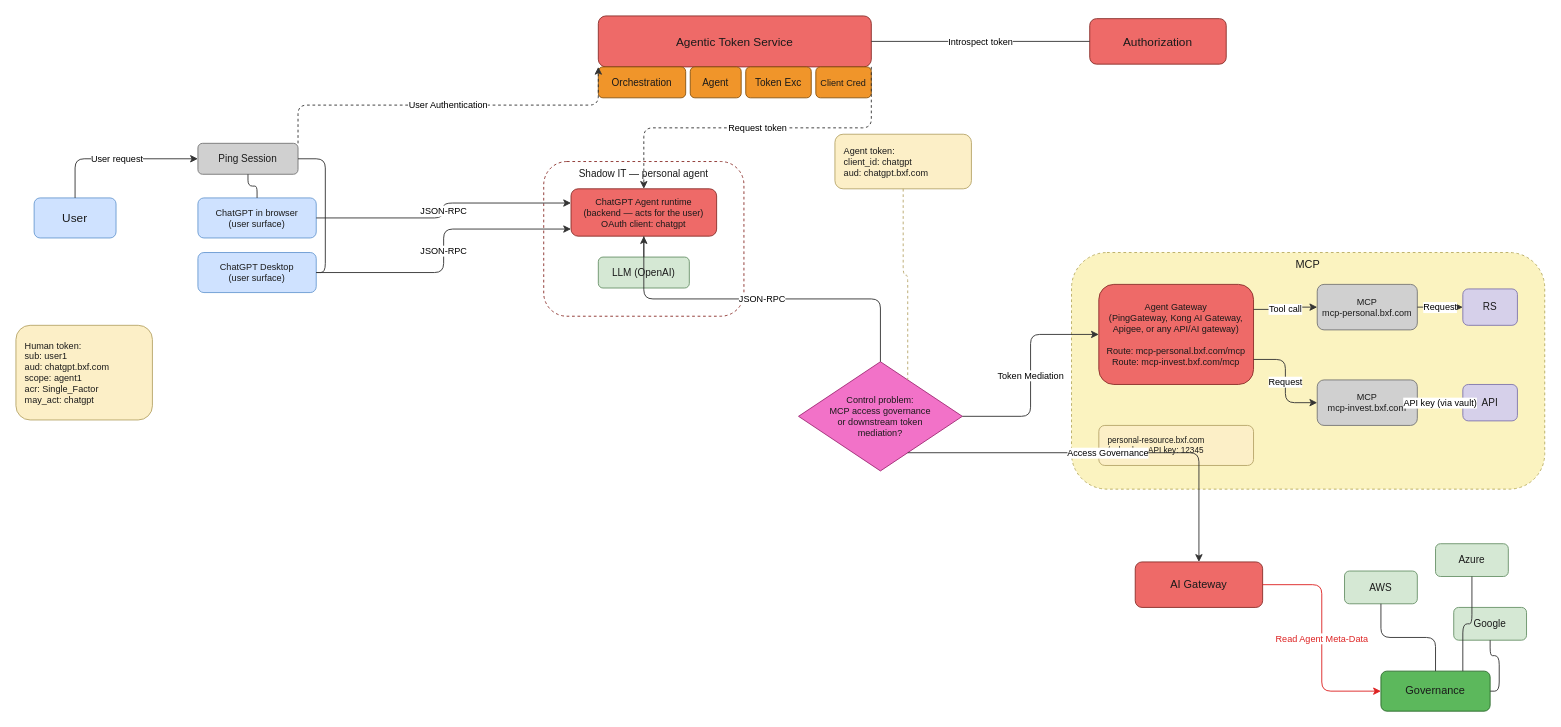
The draw.io diagram docs/diagrams/personal-agent-chatgpt.drawio in curtismu7/AI-DEMO2, before the edit. Source tidied: cells renumbered, new cells numbered last; positions are measured from the earlier drawing's top-left corner, leaving out a move shared by most shapes. Both pictures are drawn from the tidied source at 91%, with x=0, y=0 at pixel (15, 15).
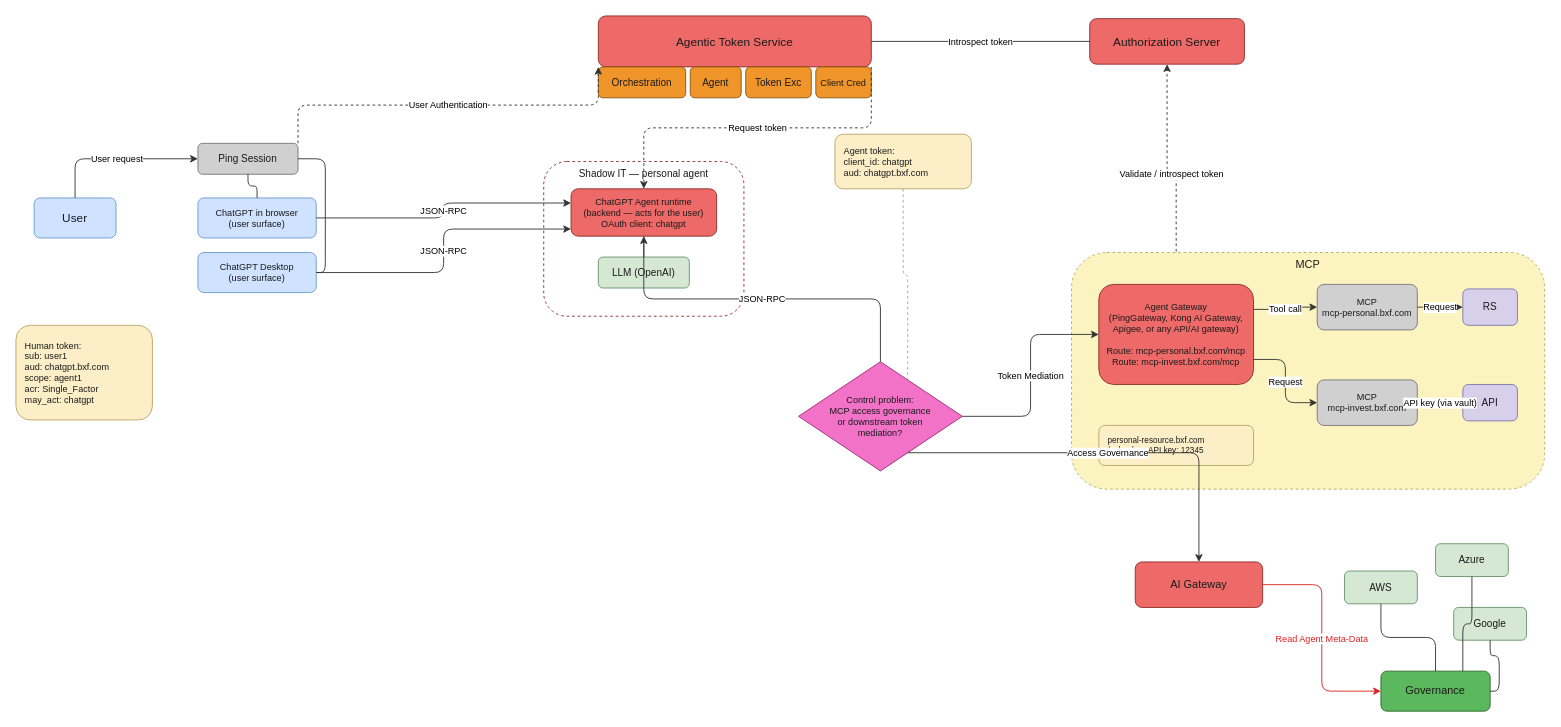
After the change.

Commit message (it also covers changes not shown here):
docs(diagrams): Agent Gateway validates tokens directly with Authorization Server

The change refers to these unchanged cells:
```xml
<mxCell id="29" value="Agent Gateway&#10;(PingGateway, Kong AI Gateway,&#10;Apigee, or any API/AI gateway)&#10;&#10;Route: mcp-personal.bxf.com/mcp&#10;Route: mcp-invest.bxf.com/mcp" style="rounded=1;whiteSpace=wrap;html=1;fillColor=#ee6a68;strokeColor=#8a2f2a;fontColor=#1a1a1a;fontSize=10;" parent="1" vertex="1">
  <mxGeometry x="1190" y="295" width="170" height="110" as="geometry" />
</mxCell>
```

What changed in the source:
```diff
@@
-    <mxCell id="7" value="Authorization" style="rounded=1;whiteSpace=wrap;html=1;fillColor=#ee6a68;strokeColor=#8a2f2a;fontColor=#1a1a1a;fontSize=13;" parent="1" vertex="1">
-      <mxGeometry x="1180" y="3" width="150" height="50" as="geometry" />
+    <mxCell id="7" value="Authorization Server" style="rounded=1;whiteSpace=wrap;html=1;fillColor=#ee6a68;strokeColor=#8a2f2a;fontColor=#1a1a1a;fontSize=13;" parent="1" vertex="1">
+      <mxGeometry x="1180" y="3" width="170" height="50" as="geometry" />
     </mxCell>
@@
+    <mxCell id="51" value="Validate / introspect token" style="edgeStyle=orthogonalEdgeStyle;html=1;strokeColor=#333333;fontSize=10;dashed=1;exitX=0.5;exitY=0;entryX=0.5;entryY=1;" parent="1" edge="1" source="29" target="7">
+      <mxGeometry relative="1" as="geometry" />
+    </mxCell>
```
